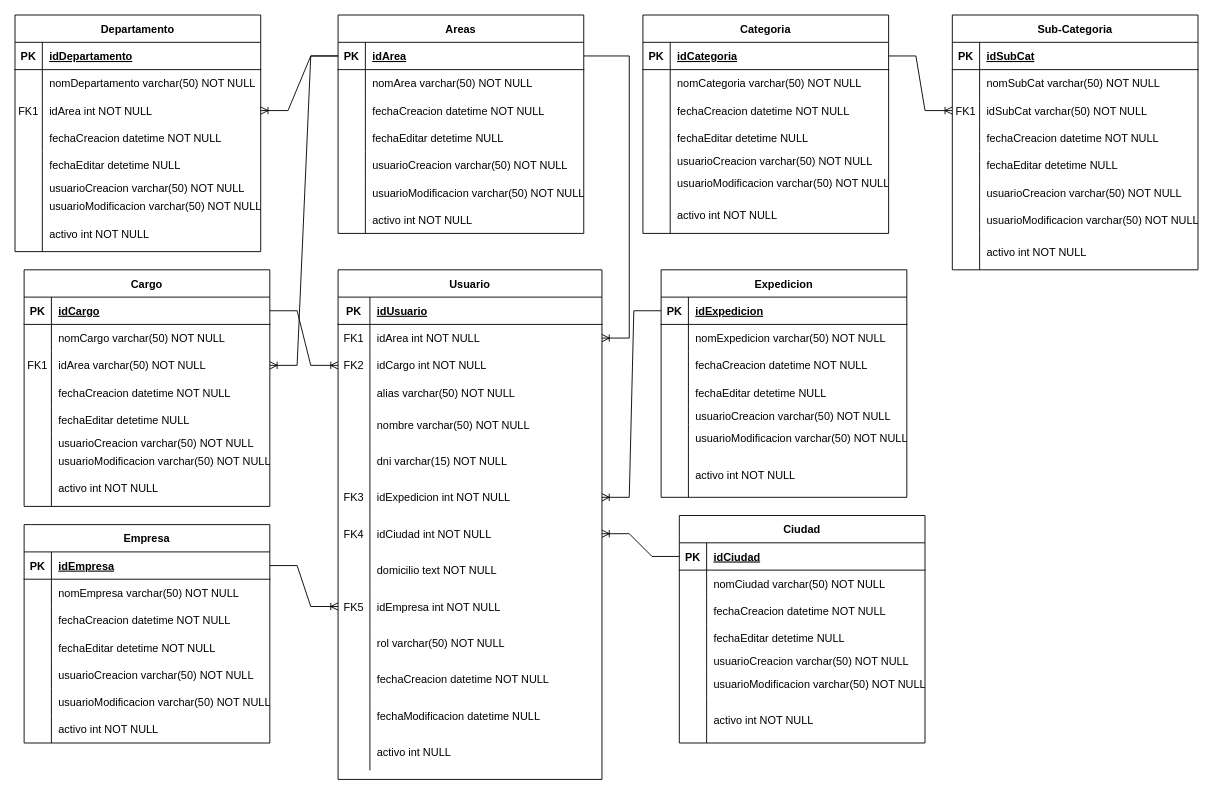
The draw.io diagram Diagrama Activos Fijos.drawio in tomyivan/diagramas-DB, before the edit. Source tidied: cells renumbered, new cells numbered last; positions are measured from the earlier drawing's top-left corner, leaving out a move shared by most shapes. Both pictures are drawn from the tidied source at 91%, with x=0, y=0 at pixel (15, 15).
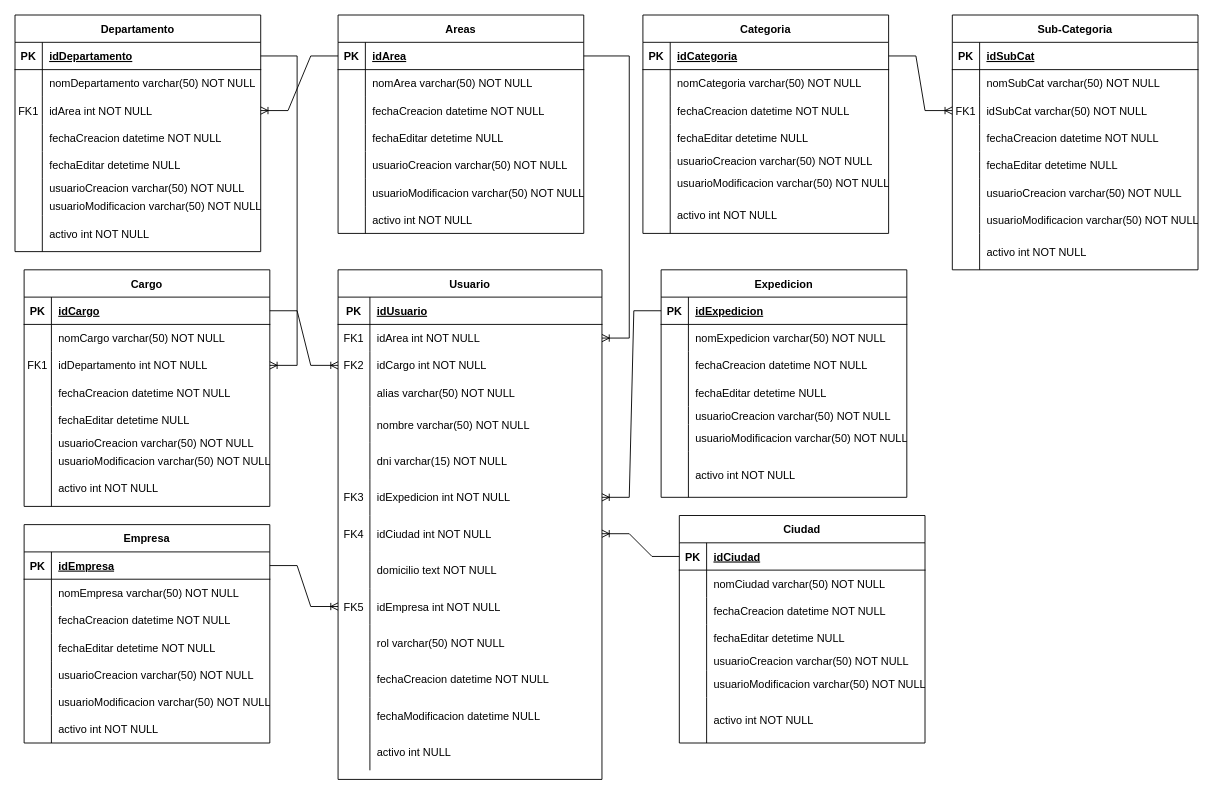
The same page after the edit.

The change refers to these unchanged cells:
```xml
<mxCell id="3" style="shape=partialRectangle;fillColor=none;points=[[0,0.5],[1,0.5]];portConstraint=eastwest;top=0;left=0;right=0;bottom=1;" parent="2" vertex="1">
  <mxGeometry y="30" width="270" height="30" as="geometry" />
</mxCell>
<mxCell id="25" style="shape=partialRectangle;fillColor=none;points=[[0,0.5],[1,0.5]];portConstraint=eastwest;top=0;left=0;right=0;bottom=1;" parent="24" vertex="1">
  <mxGeometry y="30" width="270" height="30" as="geometry" />
</mxCell>
<mxCell id="57" style="shape=partialRectangle;fillColor=none;points=[[0,0.5],[1,0.5]];portConstraint=eastwest;top=0;left=0;right=0;bottom=0;" parent="50" vertex="1">
  <mxGeometry y="90" width="270" height="30" as="geometry" />
</mxCell>
```

Change to the diagram source:
```diff
@@
-    <mxCell id="59" value="idArea varchar(50) NOT NULL" style="shape=partialRectangle;overflow=hidden;fillColor=none;top=0;left=0;bottom=0;right=0;align=left;spacingLeft=6;" parent="57" vertex="1">
+    <mxCell id="59" value="idDepartamento int NOT NULL" style="shape=partialRectangle;overflow=hidden;fillColor=none;top=0;left=0;bottom=0;right=0;align=left;spacingLeft=6;" parent="57" vertex="1">
       <mxGeometry x="30" width="240" height="30" as="geometry" />
     </mxCell>
@@
-    <mxCell id="237" style="edgeStyle=entityRelationEdgeStyle;fontSize=12;html=1;endArrow=ERoneToMany;rounded=0;" parent="1" edge="1" source="3" target="57">
-      <mxGeometry relative="1" as="geometry" />
-    </mxCell>
+    <mxCell id="238" style="edgeStyle=entityRelationEdgeStyle;fontSize=12;html=1;endArrow=ERoneToMany;rounded=0;" parent="1" edge="1" source="25" target="57">
+      <mxGeometry relative="1" as="geometry" />
+    </mxCell>
```
